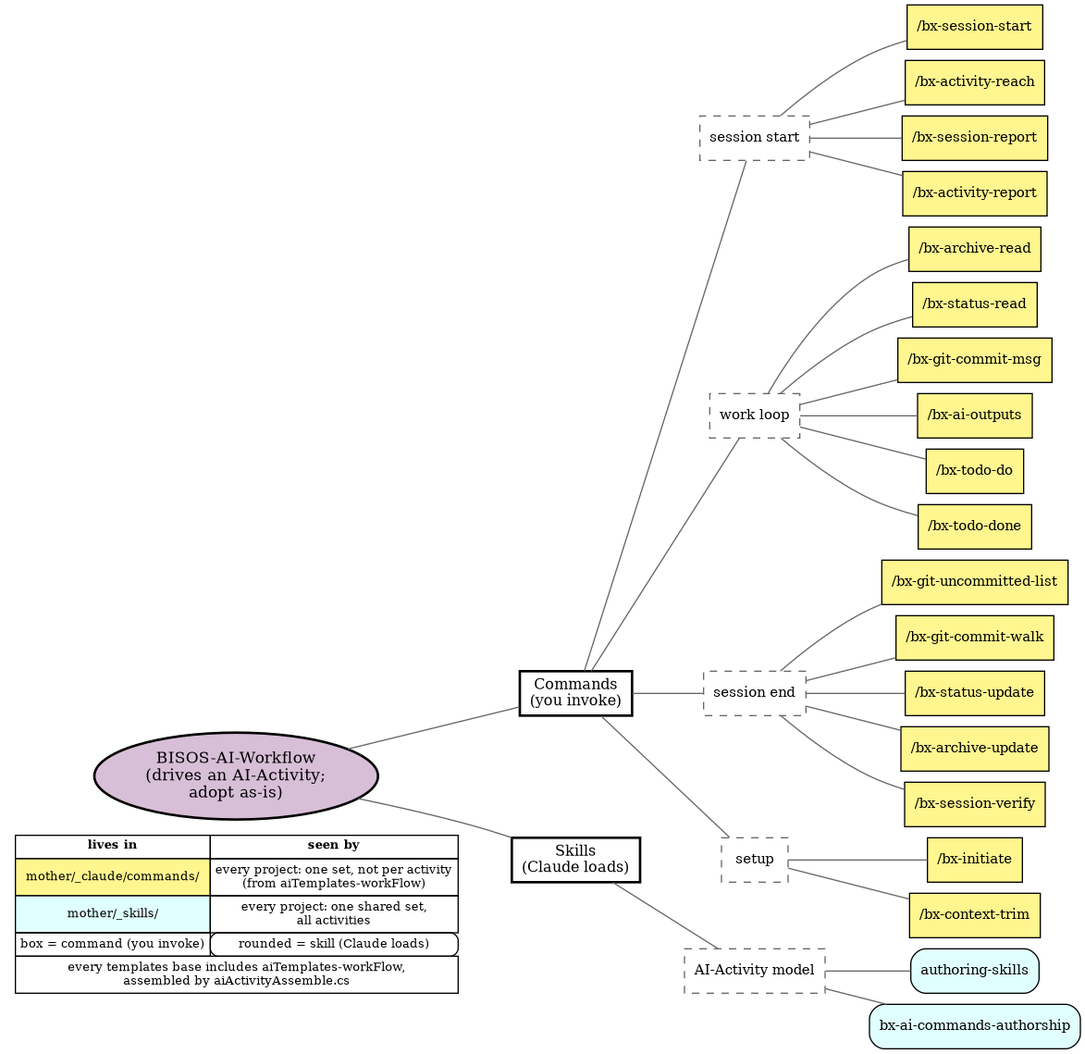
This is py3/images/aiGeneralTree.png from bisos-pip/aiActivity, a Graphviz export, as it was before one commit. Its source is kept beside it as py3/images/aiGeneralTree.gv. Source of this version:
```dot
digraph {
	nodesep=0.12 rankdir=LR ranksep=0.5
	node [fontsize=11]
	root [label="BISOS-AI-Workflow
(drives an AI-Activity;
adopt as-is)" fillcolor=thistle fontsize=13 shape=ellipse style="filled,bold"]
	commands [label="Commands
(you invoke)" fontsize=12 shape=box style=bold]
	skills [label="Skills
(Claude loads)" fontsize=12 shape=box style=bold]
	root -> commands [arrowhead=none color=gray40]
	root -> skills [arrowhead=none color=gray40]
	cmdStart [label="session start" color=gray40 fontsize=11 shape=box style=dashed]
	commands -> cmdStart [arrowhead=none color=gray40]
	"/bx-session-start" [label="/bx-session-start" fillcolor=khaki1 shape=box style=filled]
	cmdStart -> "/bx-session-start" [arrowhead=none color=gray40]
	"/bx-activity-reach" [label="/bx-activity-reach" fillcolor=khaki1 shape=box style=filled]
	cmdStart -> "/bx-activity-reach" [arrowhead=none color=gray40]
	"/bx-session-report" [label="/bx-session-report" fillcolor=khaki1 shape=box style=filled]
	cmdStart -> "/bx-session-report" [arrowhead=none color=gray40]
	"/bx-activity-report" [label="/bx-activity-report" fillcolor=khaki1 shape=box style=filled]
	cmdStart -> "/bx-activity-report" [arrowhead=none color=gray40]
	cmdLoop [label="work loop" color=gray40 fontsize=11 shape=box style=dashed]
	commands -> cmdLoop [arrowhead=none color=gray40]
	"/bx-archive-read" [label="/bx-archive-read" fillcolor=khaki1 shape=box style=filled]
	cmdLoop -> "/bx-archive-read" [arrowhead=none color=gray40]
	"/bx-status-read" [label="/bx-status-read" fillcolor=khaki1 shape=box style=filled]
	cmdLoop -> "/bx-status-read" [arrowhead=none color=gray40]
	"/bx-git-commit-msg" [label="/bx-git-commit-msg" fillcolor=khaki1 shape=box style=filled]
	cmdLoop -> "/bx-git-commit-msg" [arrowhead=none color=gray40]
	"/bx-ai-outputs" [label="/bx-ai-outputs" fillcolor=khaki1 shape=box style=filled]
	cmdLoop -> "/bx-ai-outputs" [arrowhead=none color=gray40]
	"/bx-todo-do" [label="/bx-todo-do" fillcolor=khaki1 shape=box style=filled]
	cmdLoop -> "/bx-todo-do" [arrowhead=none color=gray40]
	"/bx-todo-done" [label="/bx-todo-done" fillcolor=khaki1 shape=box style=filled]
	cmdLoop -> "/bx-todo-done" [arrowhead=none color=gray40]
	cmdEnd [label="session end" color=gray40 fontsize=11 shape=box style=dashed]
	commands -> cmdEnd [arrowhead=none color=gray40]
	"/bx-git-uncommitted-list" [label="/bx-git-uncommitted-list" fillcolor=khaki1 shape=box style=filled]
	cmdEnd -> "/bx-git-uncommitted-list" [arrowhead=none color=gray40]
	"/bx-git-commit-walk" [label="/bx-git-commit-walk" fillcolor=khaki1 shape=box style=filled]
	cmdEnd -> "/bx-git-commit-walk" [arrowhead=none color=gray40]
	"/bx-status-update" [label="/bx-status-update" fillcolor=khaki1 shape=box style=filled]
	cmdEnd -> "/bx-status-update" [arrowhead=none color=gray40]
	"/bx-archive-update" [label="/bx-archive-update" fillcolor=khaki1 shape=box style=filled]
	cmdEnd -> "/bx-archive-update" [arrowhead=none color=gray40]
	"/bx-session-verify" [label="/bx-session-verify" fillcolor=khaki1 shape=box style=filled]
	cmdEnd -> "/bx-session-verify" [arrowhead=none color=gray40]
	cmdSetup [label=setup color=gray40 fontsize=11 shape=box style=dashed]
	commands -> cmdSetup [arrowhead=none color=gray40]
	"/bx-initiate" [label="/bx-initiate" fillcolor=khaki1 shape=box style=filled]
	cmdSetup -> "/bx-initiate" [arrowhead=none color=gray40]
	"/bx-context-trim" [label="/bx-context-trim" fillcolor=khaki1 shape=box style=filled]
	cmdSetup -> "/bx-context-trim" [arrowhead=none color=gray40]
	skAiActivity [label="AI-Activity model" color=gray40 fontsize=11 shape=box style=dashed]
	skills -> skAiActivity [arrowhead=none color=gray40]
	"authoring-skills" [label="authoring-skills" fillcolor=lightcyan shape=box style="filled,rounded"]
	skAiActivity -> "authoring-skills" [arrowhead=none color=gray40]
	"bx-ai-commands-authorship" [label="bx-ai-commands-authorship" fillcolor=lightcyan shape=box style="filled,rounded"]
	skAiActivity -> "bx-ai-commands-authorship" [arrowhead=none color=gray40]
	{
		rank=same
		root
		legend [label=<<TABLE BORDER="0" CELLBORDER="1" CELLSPACING="0" CELLPADDING="3"><TR><TD><B>lives in</B></TD><TD><B>seen by</B></TD></TR><TR><TD BGCOLOR="khaki1">mother/_claude/commands/</TD><TD>every project: one set, not per activity<BR/>(from aiTemplates-workFlow)</TD></TR><TR><TD BGCOLOR="lightcyan">mother/_skills/</TD><TD>every project: one shared set,<BR/>all activities</TD></TR><TR><TD>box = command (you invoke)</TD><TD STYLE="rounded">rounded = skill (Claude loads)</TD></TR><TR><TD COLSPAN="2">every templates base includes aiTemplates-workFlow,<BR/>assembled by aiActivityAssemble.cs</TD></TR></TABLE>> fontsize=10 shape=plaintext]
	}
	root -> legend [style=invis]
}
```
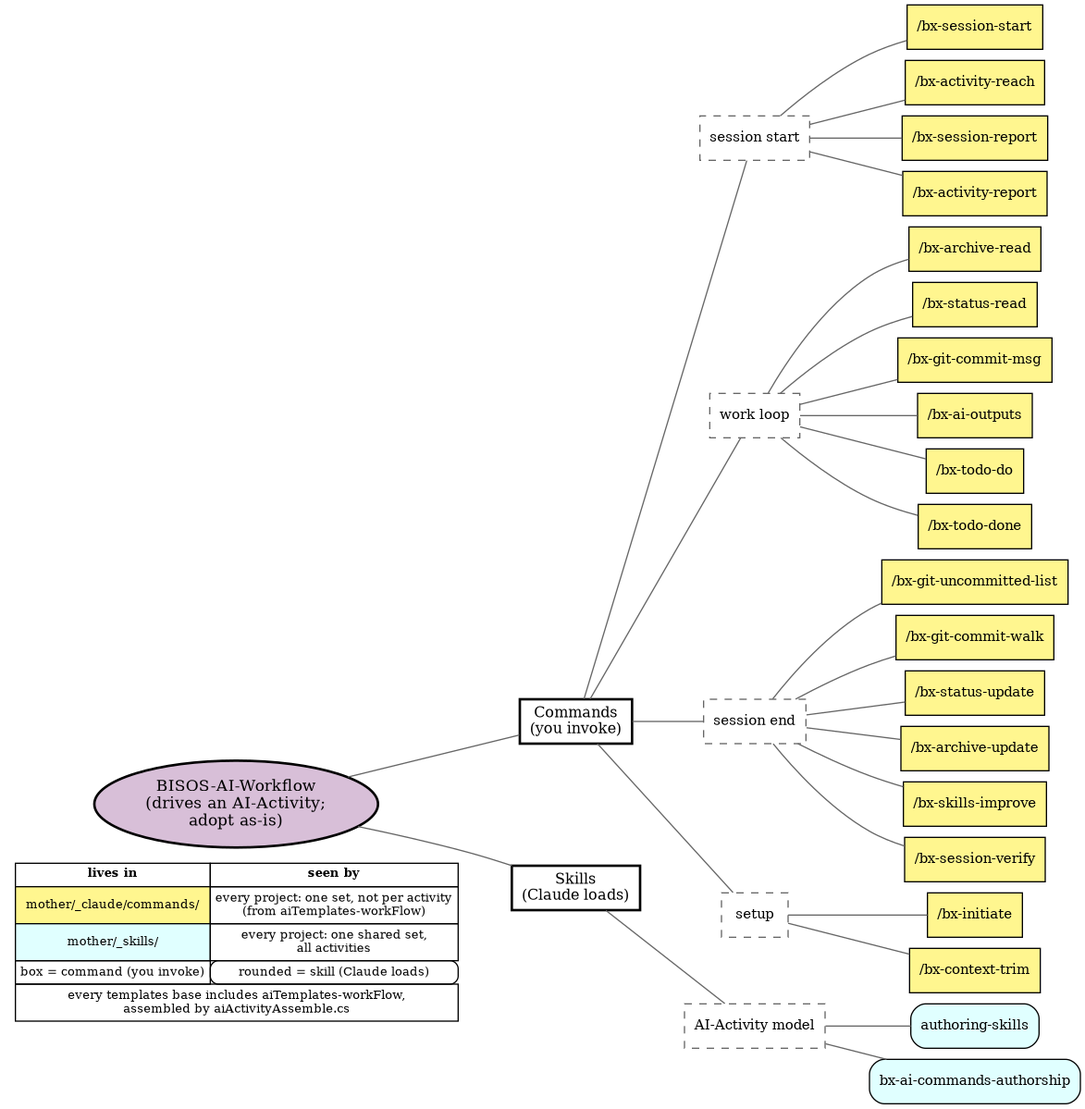
Later version of the same file.

Commit message:
Added /bx-skills-improve; skills as ingredients in the README

What changed in the source:
```diff
@@ -44,6 +44,8 @@
 	cmdEnd -> "/bx-status-update" [arrowhead=none color=gray40]
 	"/bx-archive-update" [label="/bx-archive-update" fillcolor=khaki1 shape=box style=filled]
 	cmdEnd -> "/bx-archive-update" [arrowhead=none color=gray40]
+	"/bx-skills-improve" [label="/bx-skills-improve" fillcolor=khaki1 shape=box style=filled]
+	cmdEnd -> "/bx-skills-improve" [arrowhead=none color=gray40]
 	"/bx-session-verify" [label="/bx-session-verify" fillcolor=khaki1 shape=box style=filled]
 	cmdEnd -> "/bx-session-verify" [arrowhead=none color=gray40]
 	cmdSetup [label=setup color=gray40 fontsize=11 shape=box style=dashed]
```
